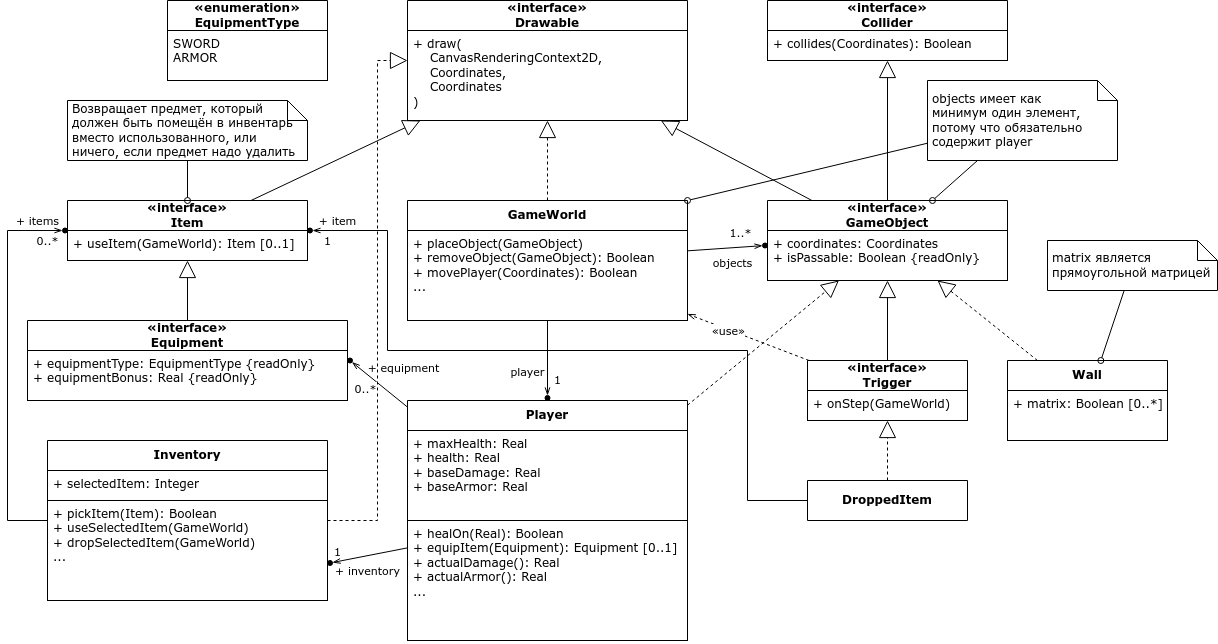
The draw.io diagram uml/game_logic_classes.drawio.png in ProgMiner/Lab_SoftwareDevelopment, before a commit. Source tidied: cells renumbered, new cells last; positions are measured from the earlier drawing's top-left corner, leaving out a move shared by most shapes.
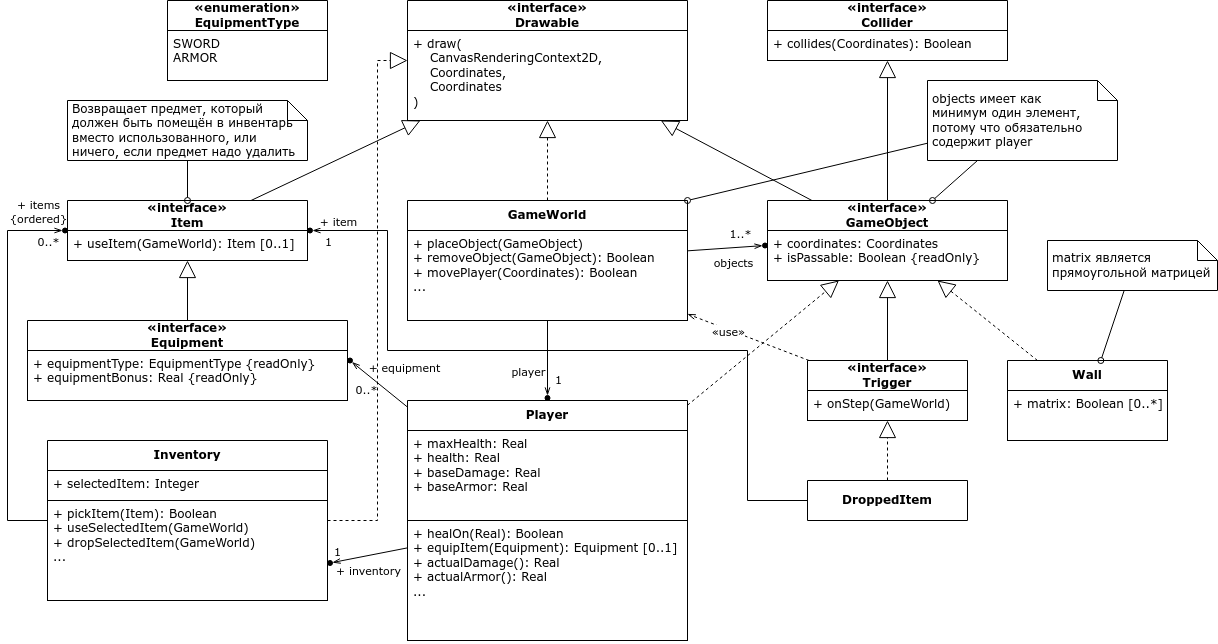
Above is the later version.

What changed in the source:
```diff
@@ -189,9 +189,9 @@
         <mxPoint x="39" y="-81" as="offset" />
       </mxGeometry>
     </mxCell>
-    <mxCell id="56" value="+ items" style="edgeLabel;html=1;align=center;verticalAlign=middle;" parent="54" vertex="1">
+    <mxCell id="56" value="+ items&lt;br&gt;{ordered}" style="edgeLabel;html=1;align=center;verticalAlign=middle;" parent="54" vertex="1">
       <mxGeometry x="0.4" y="1" relative="1" as="geometry">
-        <mxPoint x="31" y="-70" as="offset" />
+        <mxPoint x="31" y="-80" as="offset" />
       </mxGeometry>
     </mxCell>
     <mxCell id="57" style="ellipse;whiteSpace=wrap;html=1;fillColor=#000000;" parent="1" vertex="1">
```
